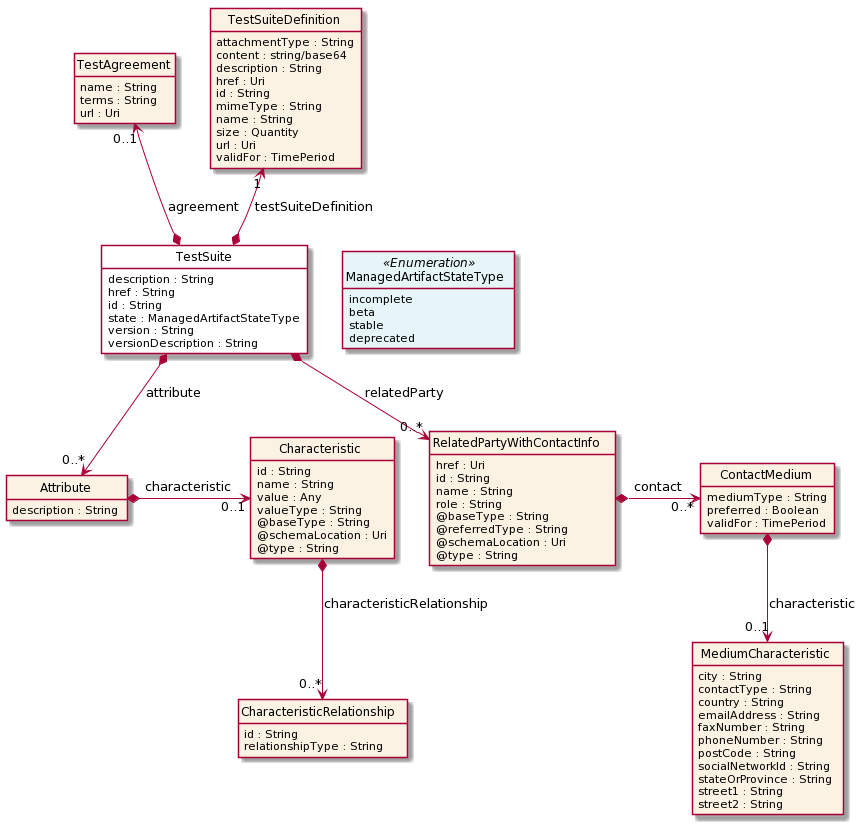
The PlantUML diagram apis/TMF704_Test_Case/documentation/diagrams/Resource_TestSuite.png in tmforum-apis/Open_Api_And_Data_Model, before a commit. Its diagram source:
```plantuml
@startuml
hide circle
hide methods
hide stereotype
show <<Enumeration>> stereotype
skinparam class {
   BackgroundColor<<Enumeration>> #E6F5F7
   BackgroundColor<<Ref>> #FFFFE0
   BackgroundColor<<Pivot>> #FFFFFFF
   BackgroundColor #FCF2E3
}

class TestSuite  <<Pivot>> {
    description : String
    href : String
    id : String
    state : ManagedArtifactStateType
    version : String
    versionDescription : String
}

class ManagedArtifactStateType <<Enumeration>> {
    incomplete
    beta
    stable
    deprecated
}

class TestAgreement  {
    name : String
    terms : String
    url : Uri
}

class TestSuiteDefinition  {
    attachmentType : String
    content : string/base64
    description : String
    href : Uri
    id : String
    mimeType : String
    name : String
    size : Quantity
    url : Uri
    validFor : TimePeriod
}

class Attribute  {
    description : String
}

class Characteristic  {
    id : String
    name : String
    value : Any
    valueType : String
    @baseType : String
    @schemaLocation : Uri
    @type : String
}

class CharacteristicRelationship  {
    id : String
    relationshipType : String
}

class RelatedPartyWithContactInfo  {
    href : Uri
    id : String
    name : String
    role : String
    @baseType : String
    @referredType : String
    @schemaLocation : Uri
    @type : String
}

class ContactMedium  {
    mediumType : String
    preferred : Boolean
    validFor : TimePeriod
}

class MediumCharacteristic  {
    city : String
    contactType : String
    country : String
    emailAddress : String
    faxNumber : String
    phoneNumber : String
    postCode : String
    socialNetworkId : String
    stateOrProvince : String
    street1 : String
    street2 : String
}

TestSuite -right[hidden]-> ManagedArtifactStateType

TestAgreement "0..1" <--* TestSuite : agreement

TestSuiteDefinition "1" <--* TestSuite : testSuiteDefinition

TestSuite *-->  "0..*" Attribute : attribute

TestSuite *-->  "0..*" RelatedPartyWithContactInfo : relatedParty

Attribute *-right-> "0..1" Characteristic : characteristic

Characteristic *-->  "0..*" CharacteristicRelationship : characteristicRelationship

RelatedPartyWithContactInfo *-right-> "0..*" ContactMedium : contact

ContactMedium *-->  "0..1" MediumCharacteristic : characteristic

@enduml
```
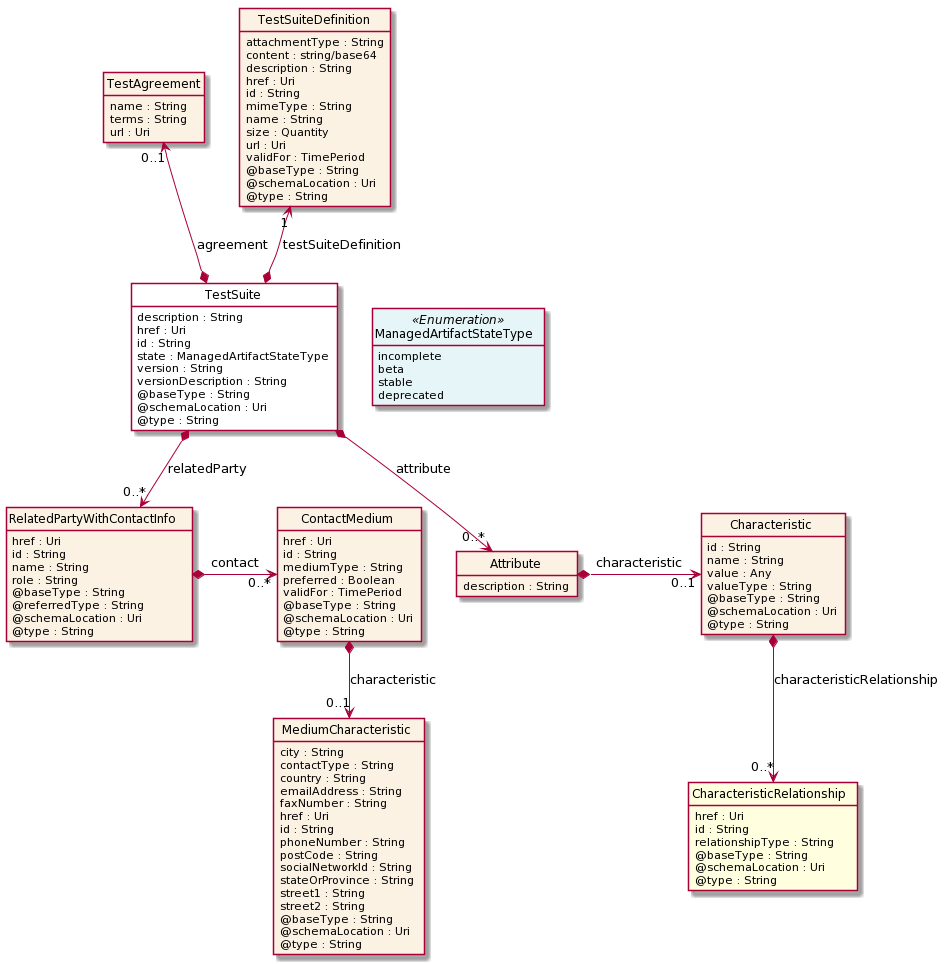
After the commit.

What changed in the source:
```diff
@@ -12,11 +12,14 @@
 
 class TestSuite  <<Pivot>> {
     description : String
-    href : String
+    href : Uri
     id : String
     state : ManagedArtifactStateType
     version : String
     versionDescription : String
+    @baseType : String
+    @schemaLocation : Uri
+    @type : String
 }
 
 class ManagedArtifactStateType <<Enumeration>> {
@@ -43,6 +46,50 @@
     size : Quantity
     url : Uri
     validFor : TimePeriod
+    @baseType : String
+    @schemaLocation : Uri
+    @type : String
+}
+
+class RelatedPartyWithContactInfo  {
+    href : Uri
+    id : String
+    name : String
+    role : String
+    @baseType : String
+    @referredType : String
+    @schemaLocation : Uri
+    @type : String
+}
+
+class ContactMedium  {
+    href : Uri
+    id : String
+    mediumType : String
+    preferred : Boolean
+    validFor : TimePeriod
+    @baseType : String
+    @schemaLocation : Uri
+    @type : String
+}
+
+class MediumCharacteristic  {
+    city : String
+    contactType : String
+    country : String
+    emailAddress : String
+    faxNumber : String
+    href : Uri
+    id : String
+    phoneNumber : String
+    postCode : String
+    socialNetworkId : String
+    stateOrProvince : String
+    street1 : String
+    street2 : String
+    @baseType : String
+    @schemaLocation : Uri
+    @type : String
 }
 
 class Attribute  {
@@ -59,40 +106,13 @@
     @type : String
 }
 
-class CharacteristicRelationship  {
+class CharacteristicRelationship  <<Ref>> {
+    href : Uri
     id : String
     relationshipType : String
-}
-
-class RelatedPartyWithContactInfo  {
-    href : Uri
-    id : String
-    name : String
-    role : String
     @baseType : String
-    @referredType : String
     @schemaLocation : Uri
     @type : String
-}
-
-class ContactMedium  {
-    mediumType : String
-    preferred : Boolean
-    validFor : TimePeriod
-}
-
-class MediumCharacteristic  {
-    city : String
-    contactType : String
-    country : String
-    emailAddress : String
-    faxNumber : String
-    phoneNumber : String
-    postCode : String
-    socialNetworkId : String
-    stateOrProvince : String
-    street1 : String
-    street2 : String
 }
 
 TestSuite -right[hidden]-> ManagedArtifactStateType
@@ -105,12 +125,12 @@
 
 TestSuite *-->  "0..*" RelatedPartyWithContactInfo : relatedParty
 
+RelatedPartyWithContactInfo *-right-> "0..*" ContactMedium : contact
+
+ContactMedium *-->  "0..1" MediumCharacteristic : characteristic
+
 Attribute *-right-> "0..1" Characteristic : characteristic
 
 Characteristic *-->  "0..*" CharacteristicRelationship : characteristicRelationship
 
-RelatedPartyWithContactInfo *-right-> "0..*" ContactMedium : contact
-
-ContactMedium *-->  "0..1" MediumCharacteristic : characteristic
-
 @enduml
```
